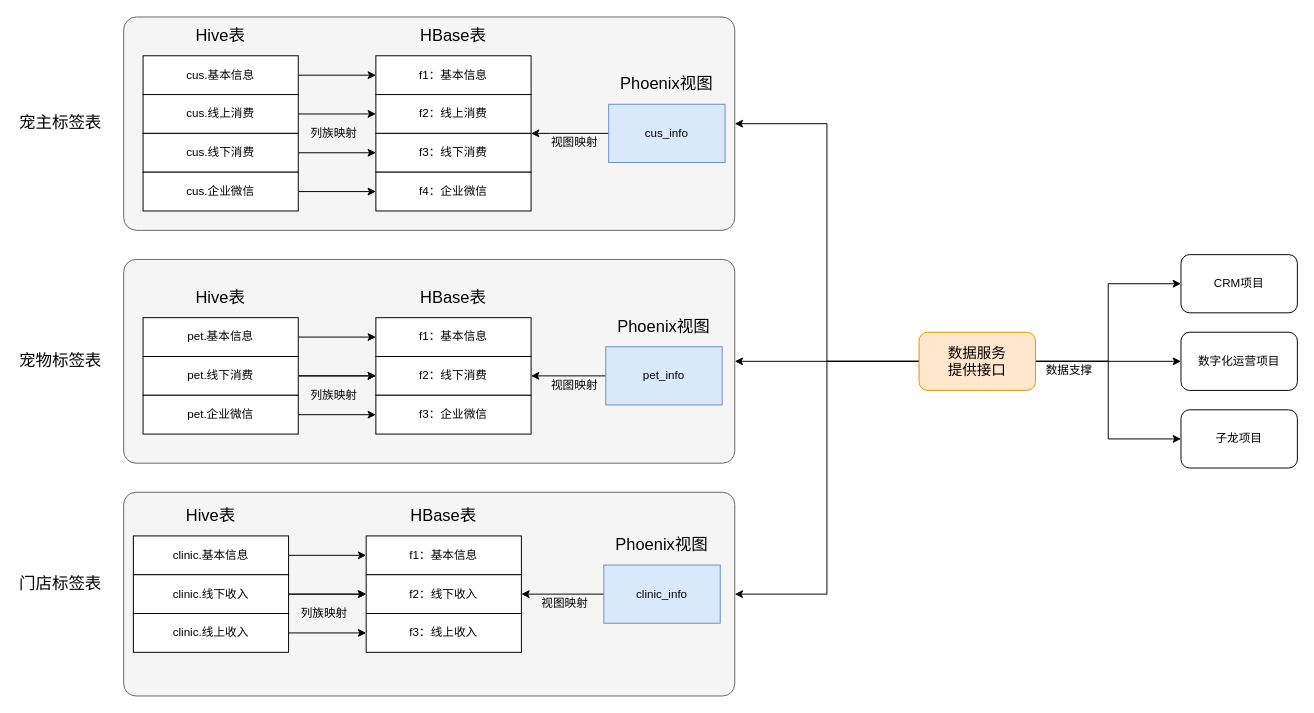
Above: pet_data_warehouse/客户标签.drawio in fangzheng0518/draw (draw.io), before the change. Source tidied: cells renumbered, new cells numbered last; positions are measured from the earlier drawing's top-left corner, leaving out a move shared by most shapes. Both pictures are drawn from the tidied source at 97%, with x=0, y=0 at pixel (16, 16).
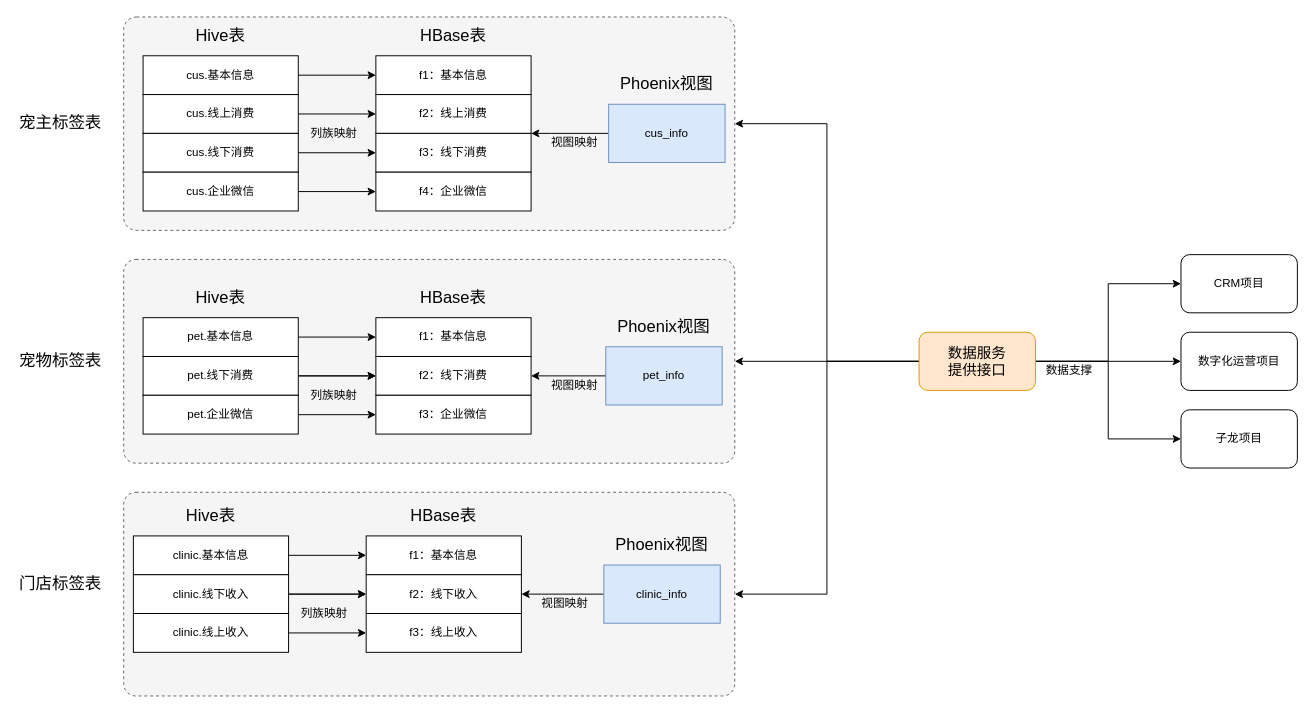
After the change.

Commit message:
更新客户标签.drawio

Change to the diagram source:
```diff
@@
-    <mxCell id="2" style="rounded=1;whiteSpace=wrap;html=1;arcSize=6;fillColor=#f5f5f5;strokeColor=#666666;fontColor=#333333;" parent="1" vertex="1">
+    <mxCell id="2" style="rounded=1;whiteSpace=wrap;html=1;arcSize=6;fillColor=#f5f5f5;strokeColor=#666666;fontColor=#333333;dashed=1;" parent="1" vertex="1">
       <mxGeometry x="110" y="490" width="630" height="210" as="geometry" />
     </mxCell>
-    <mxCell id="3" style="rounded=1;whiteSpace=wrap;html=1;arcSize=6;fillColor=#f5f5f5;strokeColor=#666666;fontColor=#333333;" parent="1" vertex="1">
+    <mxCell id="3" style="rounded=1;whiteSpace=wrap;html=1;arcSize=6;fillColor=#f5f5f5;strokeColor=#666666;fontColor=#333333;dashed=1;" parent="1" vertex="1">
       <mxGeometry x="110" y="250" width="630" height="210" as="geometry" />
     </mxCell>
-    <mxCell id="4" style="rounded=1;whiteSpace=wrap;html=1;arcSize=6;fillColor=#f5f5f5;strokeColor=#666666;fontColor=#333333;" parent="1" vertex="1">
+    <mxCell id="4" value="&lt;hr&gt;" style="rounded=1;whiteSpace=wrap;html=1;arcSize=6;fillColor=#f5f5f5;strokeColor=#666666;fontColor=#333333;dashed=1;" parent="1" vertex="1">
       <mxGeometry x="110" width="630" height="220" as="geometry" />
     </mxCell>
```
